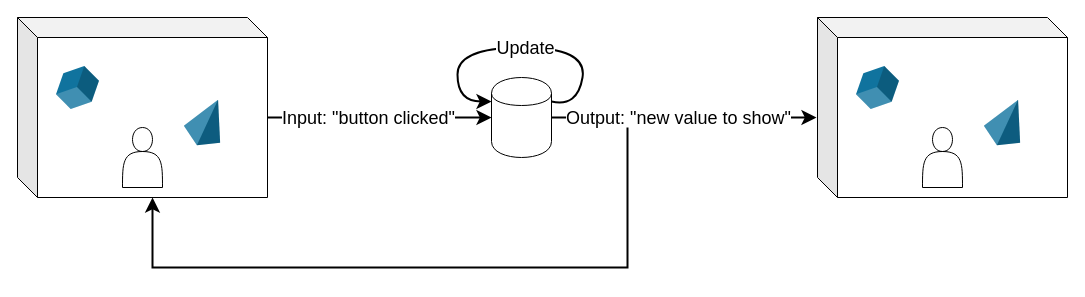
The draw.io diagram page "Page-4" (4 of 5) of drawio/Tesi.drawio in FilippoGurioli/Tesi, before the edit. Source tidied: cells renumbered, new cells numbered last; positions are measured from the earlier drawing's top-left corner, leaving out a move shared by most shapes. Both pictures are drawn from the tidied source at 100%, with x=0, y=0 at pixel (17, 17).
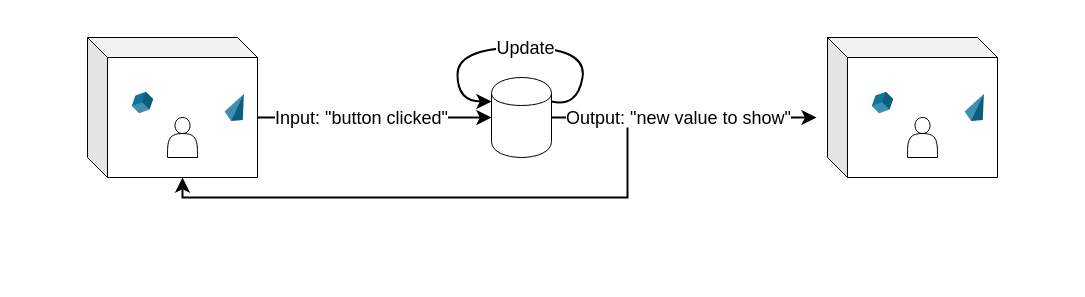
The same diagram, later.

Unchanged cells that the change refers to:
```xml
<mxCell id="15" style="shape=cylinder;whiteSpace=wrap;html=1;boundedLbl=1;backgroundOutline=1;fontSize=22;" parent="1" vertex="1">
  <mxGeometry x="474" y="60" width="60" height="80" as="geometry" />
</mxCell>
```

Diff of the diagram source:
```diff
@@
-    <mxCell id="2" style="edgeStyle=orthogonalEdgeStyle;html=1;strokeColor=#000000;fontSize=22;exitX=0;exitY=0;exitDx=250;exitDy=100;exitPerimeter=0;entryX=0;entryY=0.5;entryDx=0;entryDy=0;strokeWidth=2;endSize=9;" parent="1" edge="1" source="6" target="15">
+    <mxCell id="2" style="edgeStyle=orthogonalEdgeStyle;html=1;strokeColor=#000000;fontSize=22;exitX=0;exitY=0;exitDx=170;exitDy=80;exitPerimeter=0;entryX=0;entryY=0.5;entryDx=0;entryDy=0;strokeWidth=2;endSize=9;" parent="1" edge="1" source="6" target="15">
       <mxGeometry relative="1" as="geometry" />
     </mxCell>
@@
-    <mxCell id="4" style="edgeStyle=orthogonalEdgeStyle;html=1;strokeColor=#000000;fontSize=22;exitX=1;exitY=0.5;exitDx=0;exitDy=0;entryX=-0.004;entryY=0.556;entryDx=0;entryDy=0;entryPerimeter=0;strokeWidth=2;endSize=9;" parent="1" edge="1" source="15" target="10">
-      <mxGeometry relative="1" as="geometry" />
+    <mxCell id="4" style="edgeStyle=orthogonalEdgeStyle;html=1;strokeColor=#000000;fontSize=22;exitX=1;exitY=0.5;exitDx=0;exitDy=0;entryX=-0.004;entryY=0.556;entryDx=0;entryDy=0;entryPerimeter=0;strokeWidth=2;endSize=9;" parent="1" edge="1" source="15">
+      <mxGeometry relative="1" as="geometry">
+        <mxPoint x="799" y="100.1" as="targetPoint" />
+      </mxGeometry>
     </mxCell>
@@
     <mxCell id="6" style="shape=cube;whiteSpace=wrap;html=1;boundedLbl=1;backgroundOutline=1;darkOpacity=0.05;darkOpacity2=0.1;" parent="1" vertex="1">
-      <mxGeometry width="250" height="180" as="geometry" />
+      <mxGeometry x="70" y="20" width="170" height="140" as="geometry" />
     </mxCell>
     <mxCell id="7" style="shape=actor;whiteSpace=wrap;html=1;" parent="1" vertex="1">
-      <mxGeometry x="105" y="110" width="40" height="60" as="geometry" />
+      <mxGeometry x="150" y="100" width="30" height="40" as="geometry" />
     </mxCell>
     <mxCell id="8" style="verticalLabelPosition=bottom;verticalAlign=top;html=1;shape=mxgraph.infographic.shadedCube;isoAngle=15;fillColor=#10739E;strokeColor=none;rotation=-45;" parent="1" vertex="1">
-      <mxGeometry x="40" y="50" width="40" height="40" as="geometry" />
+      <mxGeometry x="115" y="75" width="20" height="20" as="geometry" />
     </mxCell>
     <mxCell id="9" style="verticalLabelPosition=bottom;verticalAlign=top;html=1;shape=mxgraph.infographic.shadedPyramid;fillColor=#10739E;strokeColor=none;rotation=25;" parent="1" vertex="1">
-      <mxGeometry x="170" y="80" width="40" height="50" as="geometry" />
+      <mxGeometry x="210" y="75" width="20" height="30" as="geometry" />
     </mxCell>
-    <mxCell id="10" style="shape=cube;whiteSpace=wrap;html=1;boundedLbl=1;backgroundOutline=1;darkOpacity=0.05;darkOpacity2=0.1;" parent="1" vertex="1">
-      <mxGeometry x="800" width="250" height="180" as="geometry" />
-    </mxCell>
-    <mxCell id="11" style="shape=actor;whiteSpace=wrap;html=1;" parent="1" vertex="1">
-      <mxGeometry x="905" y="110" width="40" height="60" as="geometry" />
-    </mxCell>
-    <mxCell id="12" style="verticalLabelPosition=bottom;verticalAlign=top;html=1;shape=mxgraph.infographic.shadedCube;isoAngle=15;fillColor=#10739E;strokeColor=none;rotation=-45;" parent="1" vertex="1">
-      <mxGeometry x="840" y="50" width="40" height="40" as="geometry" />
-    </mxCell>
-    <mxCell id="13" style="verticalLabelPosition=bottom;verticalAlign=top;html=1;shape=mxgraph.infographic.shadedPyramid;fillColor=#10739E;strokeColor=none;rotation=25;" parent="1" vertex="1">
-      <mxGeometry x="970" y="80" width="40" height="50" as="geometry" />
-    </mxCell>
-    <mxCell id="14" style="edgeStyle=none;html=1;entryX=0;entryY=0;entryDx=135;entryDy=180;entryPerimeter=0;rounded=0;strokeWidth=2;endSize=9;" parent="1" edge="1" target="6">
+    <mxCell id="14" style="edgeStyle=none;html=1;entryX=0;entryY=0;entryDx=95;entryDy=140;entryPerimeter=0;rounded=0;strokeWidth=2;endSize=9;" parent="1" edge="1" target="6">
       <mxGeometry relative="1" as="geometry">
         <mxPoint x="610" y="110" as="sourcePoint" />
         <Array as="points">
           <mxPoint x="610" y="130" />
-          <mxPoint x="610" y="250" />
-          <mxPoint x="135" y="250" />
+          <mxPoint x="610" y="180" />
+          <mxPoint x="250" y="180" />
+          <mxPoint x="165" y="180" />
         </Array>
       </mxGeometry>
     </mxCell>
@@
+    <mxCell id="18" style="shape=cube;whiteSpace=wrap;html=1;boundedLbl=1;backgroundOutline=1;darkOpacity=0.05;darkOpacity2=0.1;" parent="1" vertex="1">
+      <mxGeometry x="810" y="20" width="170" height="140" as="geometry" />
+    </mxCell>
+    <mxCell id="19" style="shape=actor;whiteSpace=wrap;html=1;" parent="1" vertex="1">
+      <mxGeometry x="890" y="100" width="30" height="40" as="geometry" />
+    </mxCell>
+    <mxCell id="20" style="verticalLabelPosition=bottom;verticalAlign=top;html=1;shape=mxgraph.infographic.shadedCube;isoAngle=15;fillColor=#10739E;strokeColor=none;rotation=-45;" parent="1" vertex="1">
+      <mxGeometry x="855" y="75" width="20" height="20" as="geometry" />
+    </mxCell>
+    <mxCell id="21" style="verticalLabelPosition=bottom;verticalAlign=top;html=1;shape=mxgraph.infographic.shadedPyramid;fillColor=#10739E;strokeColor=none;rotation=25;" parent="1" vertex="1">
+      <mxGeometry x="950" y="75" width="20" height="30" as="geometry" />
+    </mxCell>
```
